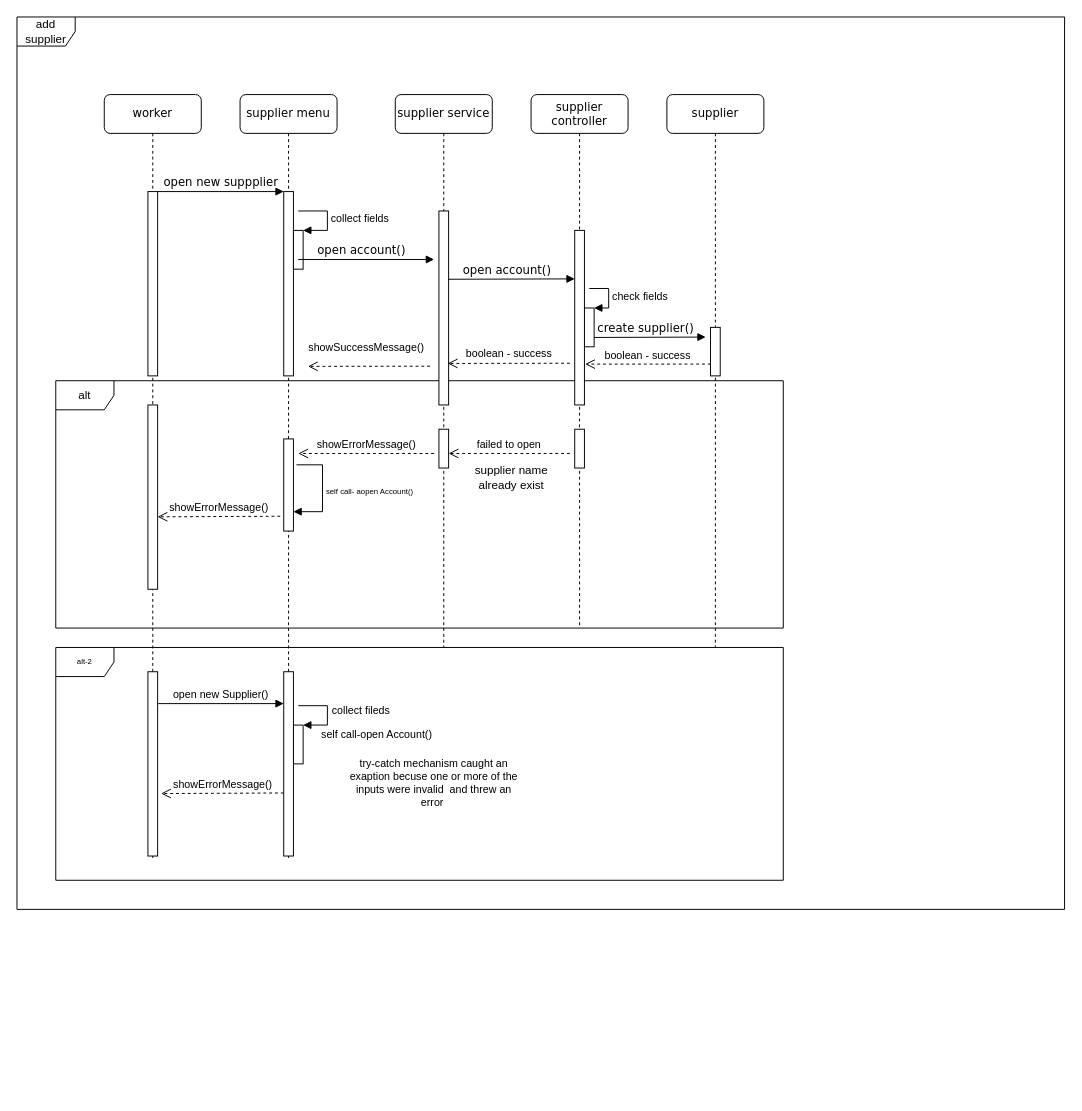
Before: docs/use case diagram/sequence diagram scenario d.drawio in Naveavra/Market, a draw.io diagram. Source tidied: cells renumbered, new cells numbered last; positions are measured from the earlier drawing's top-left corner, leaving out a move shared by most shapes. Both pictures are drawn from the tidied source at 97%, with x=0, y=0 at pixel (16, 16).
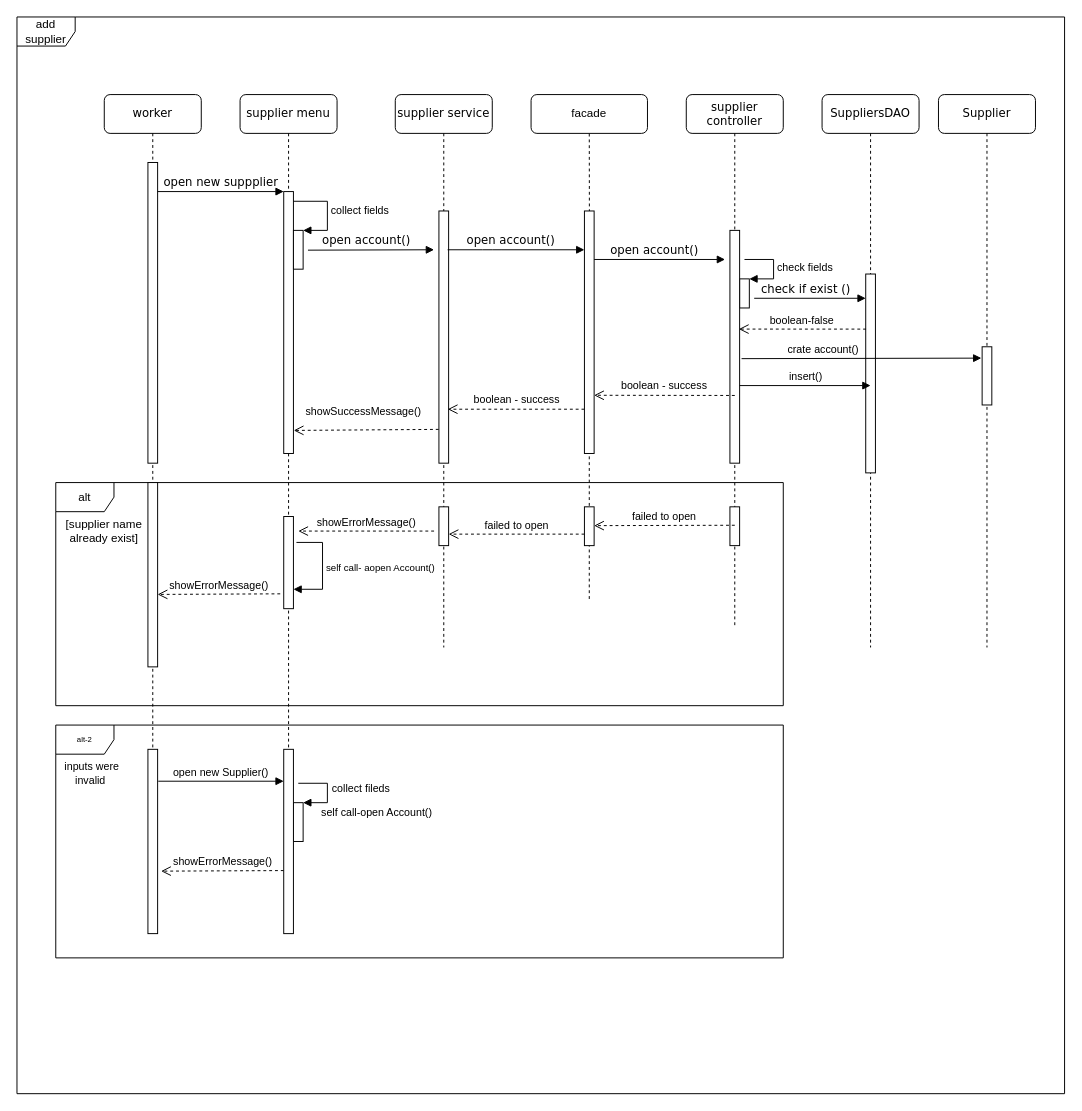
Above is the later version.

Unchanged cells that the change refers to:
```xml
<mxCell id="8" value="supplier menu" style="shape=umlLifeline;perimeter=lifelinePerimeter;whiteSpace=wrap;html=1;rounded=1;shadow=0;comic=0;labelBackgroundColor=none;strokeWidth=1;fontFamily=Verdana;fontSize=12;align=center;" parent="1" vertex="1">
  <mxGeometry x="230" y="80" width="100" height="790" as="geometry" />
</mxCell>
<mxCell id="10" style="html=1;points=[];perimeter=orthogonalPerimeter;" parent="8" vertex="1">
  <mxGeometry x="55" y="140" width="10" height="40" as="geometry" />
</mxCell>
<mxCell id="17" value="supplier service" style="shape=umlLifeline;perimeter=lifelinePerimeter;whiteSpace=wrap;html=1;rounded=1;shadow=0;comic=0;labelBackgroundColor=none;strokeWidth=1;fontFamily=Verdana;fontSize=12;align=center;" parent="1" vertex="1">
  <mxGeometry x="390" y="80" width="100" height="570" as="geometry" />
</mxCell>
<mxCell id="24" value="worker" style="shape=umlLifeline;perimeter=lifelinePerimeter;whiteSpace=wrap;html=1;rounded=1;shadow=0;comic=0;labelBackgroundColor=none;strokeWidth=1;fontFamily=Verdana;fontSize=12;align=center;" parent="1" vertex="1">
  <mxGeometry x="90" y="80" width="100" height="790" as="geometry" />
</mxCell>
```

Change to the diagram source:
```diff
@@
-    <mxCell id="2" value="alt-2" style="shape=umlFrame;whiteSpace=wrap;html=1;fontSize=8;" parent="1" vertex="1">
-      <mxGeometry x="40" y="650" width="750" height="240" as="geometry" />
-    </mxCell>
     <mxCell id="3" value="add supplier" style="shape=umlFrame;whiteSpace=wrap;html=1;" parent="1" vertex="1">
-      <mxGeometry width="1080" height="920" as="geometry" />
+      <mxGeometry width="1080" height="1110" as="geometry" />
     </mxCell>
     <mxCell id="4" value="alt" style="shape=umlFrame;whiteSpace=wrap;html=1;" parent="1" vertex="1">
-      <mxGeometry x="40" y="375" width="750" height="255" as="geometry" />
+      <mxGeometry x="40" y="480" width="750" height="230" as="geometry" />
     </mxCell>
+    <mxCell id="34" value="[supplier name already exist]" style="text;html=1;strokeColor=none;fillColor=none;align=center;verticalAlign=middle;whiteSpace=wrap;rounded=0;" parent="1" vertex="1">
+      <mxGeometry x="30" y="515" width="120" height="30" as="geometry" />
+    </mxCell>
+    <mxCell id="2" value="alt-2" style="shape=umlFrame;whiteSpace=wrap;html=1;fontSize=8;" parent="1" vertex="1">
+      <mxGeometry x="40" y="730" width="750" height="240" as="geometry" />
+    </mxCell>
     <mxCell id="5" value="supplier controller" style="shape=umlLifeline;perimeter=lifelinePerimeter;whiteSpace=wrap;html=1;rounded=1;shadow=0;comic=0;labelBackgroundColor=none;strokeWidth=1;fontFamily=Verdana;fontSize=12;align=center;" parent="1" vertex="1">
-      <mxGeometry x="530" y="80" width="100" height="550" as="geometry" />
+      <mxGeometry x="690" y="80" width="100" height="550" as="geometry" />
     </mxCell>
-    <mxCell id="6" style="html=1;points=[];perimeter=orthogonalPerimeter;" parent="5" vertex="1">
-      <mxGeometry x="55" y="220" width="10" height="40" as="geometry" />
-    </mxCell>
+    <mxCell id="43" style="html=1;points=[];perimeter=orthogonalPerimeter;" parent="5" vertex="1">
+      <mxGeometry x="55" y="190" width="10" height="30" as="geometry" />
+    </mxCell>
+    <mxCell id="32" value="check fields" style="edgeStyle=orthogonalEdgeStyle;html=1;align=left;spacingLeft=2;endArrow=block;rounded=0;entryX=1;entryY=0;" parent="5" edge="1" target="43">
+      <mxGeometry relative="1" as="geometry">
+        <mxPoint x="60" y="170" as="sourcePoint" />
+        <Array as="points">
+          <mxPoint x="90" y="170" />
+        </Array>
+      </mxGeometry>
+    </mxCell>
     <mxCell id="7" style="html=1;points=[];perimeter=orthogonalPerimeter;rounded=0;shadow=0;comic=0;labelBackgroundColor=none;strokeWidth=1;fontFamily=Verdana;fontSize=12;align=center;" parent="1" vertex="1">
-      <mxGeometry x="575" y="220" width="10" height="180" as="geometry" />
+      <mxGeometry x="735" y="220" width="10" height="240" as="geometry" />
     </mxCell>
@@
     <mxCell id="9" style="html=1;points=[];perimeter=orthogonalPerimeter;rounded=0;shadow=0;comic=0;labelBackgroundColor=none;strokeWidth=1;fontFamily=Verdana;fontSize=12;align=center;" parent="8" vertex="1">
-      <mxGeometry x="45" y="100" width="10" height="190" as="geometry" />
+      <mxGeometry x="45" y="100" width="10" height="270" as="geometry" />
     </mxCell>
@@
-    <mxCell id="11" value="collect fields" style="edgeStyle=orthogonalEdgeStyle;html=1;align=left;spacingLeft=2;endArrow=block;rounded=0;entryX=1;entryY=0;" parent="8" edge="1" target="10">
+    <mxCell id="11" value="collect fields" style="edgeStyle=orthogonalEdgeStyle;html=1;align=left;spacingLeft=2;endArrow=block;rounded=0;entryX=1;entryY=0;" parent="8" edge="1" source="9" target="10">
       <mxGeometry relative="1" as="geometry">
-        <mxPoint x="60" y="120" as="sourcePoint" />
         <Array as="points">
-          <mxPoint x="90" y="120" />
+          <mxPoint x="90" y="110" />
+          <mxPoint x="90" y="140" />
         </Array>
       </mxGeometry>
     </mxCell>
     <mxCell id="12" style="html=1;points=[];perimeter=orthogonalPerimeter;rounded=0;shadow=0;comic=0;labelBackgroundColor=none;strokeWidth=1;fontFamily=Verdana;fontSize=12;align=center;" parent="8" vertex="1">
-      <mxGeometry x="45" y="355" width="10" height="95" as="geometry" />
+      <mxGeometry x="45" y="435" width="10" height="95" as="geometry" />
     </mxCell>
-    <mxCell id="13" value="&lt;font style=&quot;font-size: 8px&quot;&gt;self call- aopen Account()&lt;/font&gt;" style="edgeStyle=orthogonalEdgeStyle;html=1;align=left;spacingLeft=2;endArrow=block;rounded=0;exitX=1.311;exitY=0.281;exitDx=0;exitDy=0;exitPerimeter=0;" parent="8" edge="1" source="12" target="12">
+    <mxCell id="13" value="&lt;font style=&quot;font-size: 10px;&quot;&gt;self call- aopen Account()&lt;/font&gt;" style="edgeStyle=orthogonalEdgeStyle;html=1;align=left;spacingLeft=2;endArrow=block;rounded=0;exitX=1.311;exitY=0.281;exitDx=0;exitDy=0;exitPerimeter=0;" parent="8" edge="1" source="12" target="12">
       <mxGeometry relative="1" as="geometry">
         <Array as="points">
-          <mxPoint x="85" y="382" />
-          <mxPoint x="85" y="430" />
+          <mxPoint x="85" y="462" />
+          <mxPoint x="85" y="510" />
         </Array>
       </mxGeometry>
     </mxCell>
     <mxCell id="14" style="html=1;points=[];perimeter=orthogonalPerimeter;fontSize=11;" parent="8" vertex="1">
-      <mxGeometry x="55" y="650" width="10" height="40" as="geometry" />
+      <mxGeometry x="55" y="730" width="10" height="40" as="geometry" />
     </mxCell>
     <mxCell id="15" value="self call-open Account()" style="edgeStyle=orthogonalEdgeStyle;html=1;align=left;spacingLeft=2;endArrow=block;rounded=0;entryX=1;entryY=0;fontSize=11;" parent="8" edge="1" target="14">
       <mxGeometry x="0.6" y="10" relative="1" as="geometry">
-        <mxPoint x="60" y="630" as="sourcePoint" />
+        <mxPoint x="60" y="710" as="sourcePoint" />
         <Array as="points">
-          <mxPoint x="90" y="630" />
+          <mxPoint x="90" y="710" />
         </Array>
       </mxGeometry>
     </mxCell>
     <mxCell id="16" value="showErrorMessage()" style="html=1;verticalAlign=bottom;endArrow=open;dashed=1;endSize=8;rounded=0;fontSize=11;entryX=1.356;entryY=0.661;entryDx=0;entryDy=0;entryPerimeter=0;" parent="8" edge="1" target="38">
       <mxGeometry relative="1" as="geometry">
-        <mxPoint x="45" y="720" as="sourcePoint" />
+        <mxPoint x="45" y="800" as="sourcePoint" />
       </mxGeometry>
     </mxCell>
@@
     <mxCell id="18" style="html=1;points=[];perimeter=orthogonalPerimeter;rounded=0;shadow=0;comic=0;labelBackgroundColor=none;strokeWidth=1;fontFamily=Verdana;fontSize=12;align=center;" parent="17" vertex="1">
-      <mxGeometry x="45" y="120" width="10" height="200" as="geometry" />
+      <mxGeometry x="45" y="120" width="10" height="260" as="geometry" />
     </mxCell>
     <mxCell id="19" style="html=1;points=[];perimeter=orthogonalPerimeter;rounded=0;shadow=0;comic=0;labelBackgroundColor=none;strokeWidth=1;fontFamily=Verdana;fontSize=12;align=center;" parent="17" vertex="1">
-      <mxGeometry x="45" y="345" width="10" height="40" as="geometry" />
+      <mxGeometry x="45" y="425" width="10" height="40" as="geometry" />
     </mxCell>
     <mxCell id="20" value="showErrorMessage()" style="html=1;verticalAlign=bottom;endArrow=open;dashed=1;endSize=8;rounded=0;" parent="17" edge="1">
       <mxGeometry relative="1" as="geometry">
-        <mxPoint x="40" y="370" as="sourcePoint" />
-        <mxPoint x="-100" y="370" as="targetPoint" />
+        <mxPoint x="40" y="450" as="sourcePoint" />
+        <mxPoint x="-100" y="450" as="targetPoint" />
       </mxGeometry>
     </mxCell>
-    <mxCell id="21" value="supplier" style="shape=umlLifeline;perimeter=lifelinePerimeter;whiteSpace=wrap;html=1;rounded=1;shadow=0;comic=0;labelBackgroundColor=none;strokeWidth=1;fontFamily=Verdana;fontSize=12;align=center;" parent="1" vertex="1">
-      <mxGeometry x="670" y="80" width="100" height="570" as="geometry" />
+    <mxCell id="21" value="SuppliersDAO" style="shape=umlLifeline;perimeter=lifelinePerimeter;whiteSpace=wrap;html=1;rounded=1;shadow=0;comic=0;labelBackgroundColor=none;strokeWidth=1;fontFamily=Verdana;fontSize=12;align=center;" parent="1" vertex="1">
+      <mxGeometry x="830" y="80" width="100" height="570" as="geometry" />
     </mxCell>
     <mxCell id="22" style="html=1;points=[];perimeter=orthogonalPerimeter;rounded=0;shadow=0;comic=0;labelBackgroundColor=none;strokeWidth=1;fontFamily=Verdana;fontSize=12;align=center;" parent="21" vertex="1">
-      <mxGeometry x="45" y="240" width="10" height="50" as="geometry" />
+      <mxGeometry x="45" y="185" width="10" height="205" as="geometry" />
     </mxCell>
-    <mxCell id="23" value="create supplier()" style="html=1;verticalAlign=bottom;endArrow=block;labelBackgroundColor=none;fontFamily=Verdana;fontSize=12;edgeStyle=elbowEdgeStyle;elbow=vertical;" parent="21" edge="1">
-      <mxGeometry x="-0.08" relative="1" as="geometry">
-        <mxPoint x="-75" y="250.4" as="sourcePoint" />
-        <mxPoint x="40" y="250" as="targetPoint" />
-      </mxGeometry>
-    </mxCell>
@@
     <mxCell id="25" style="html=1;points=[];perimeter=orthogonalPerimeter;rounded=0;shadow=0;comic=0;labelBackgroundColor=none;strokeWidth=1;fontFamily=Verdana;fontSize=12;align=center;" parent="24" vertex="1">
-      <mxGeometry x="45" y="100" width="10" height="190" as="geometry" />
+      <mxGeometry x="45" y="70" width="10" height="310" as="geometry" />
     </mxCell>
     <mxCell id="26" style="html=1;perimeter=orthogonalPerimeter;rounded=0;shadow=0;comic=0;labelBackgroundColor=none;strokeWidth=1;fontFamily=Verdana;fontSize=12;align=center;" parent="24" vertex="1">
-      <mxGeometry x="45" y="320" width="10" height="190" as="geometry" />
+      <mxGeometry x="45" y="400" width="10" height="190" as="geometry" />
     </mxCell>
     <mxCell id="27" value="showErrorMessage()" style="html=1;verticalAlign=bottom;endArrow=open;dashed=1;endSize=8;rounded=0;fontSize=11;entryX=1.356;entryY=0.661;entryDx=0;entryDy=0;entryPerimeter=0;" parent="24" edge="1">
       <mxGeometry relative="1" as="geometry">
-        <mxPoint x="181.4" y="434.7" as="sourcePoint" />
-        <mxPoint x="55" y="435.3" as="targetPoint" />
+        <mxPoint x="181.4" y="514.7" as="sourcePoint" />
+        <mxPoint x="55" y="515.3" as="targetPoint" />
       </mxGeometry>
     </mxCell>
+    <mxCell id="41" value="inputs were invalid&amp;nbsp;" style="text;html=1;strokeColor=none;fillColor=none;align=center;verticalAlign=middle;whiteSpace=wrap;rounded=0;fontSize=11;" parent="24" vertex="1">
+      <mxGeometry x="-55" y="690" width="85" height="20" as="geometry" />
+    </mxCell>
@@
     <mxCell id="29" style="html=1;perimeter=orthogonalPerimeter;rounded=0;shadow=0;comic=0;labelBackgroundColor=none;strokeWidth=1;fontFamily=Verdana;fontSize=12;align=center;" parent="1" vertex="1">
-      <mxGeometry x="575" y="425" width="10" height="40" as="geometry" />
+      <mxGeometry x="735" y="505" width="10" height="40" as="geometry" />
     </mxCell>
     <mxCell id="30" value="open account()" style="html=1;verticalAlign=bottom;endArrow=block;entryX=0;entryY=0;labelBackgroundColor=none;fontFamily=Verdana;fontSize=12;edgeStyle=elbowEdgeStyle;elbow=vertical;" parent="1" edge="1">
       <mxGeometry x="-0.08" relative="1" as="geometry">
-        <mxPoint x="290" y="250" as="sourcePoint" />
-        <mxPoint x="430" y="249.6" as="targetPoint" />
+        <mxPoint x="300" y="240.4" as="sourcePoint" />
+        <mxPoint x="430" y="240" as="targetPoint" />
       </mxGeometry>
     </mxCell>
-    <mxCell id="31" value="open account()" style="html=1;verticalAlign=bottom;endArrow=block;entryX=0;entryY=0;labelBackgroundColor=none;fontFamily=Verdana;fontSize=12;edgeStyle=elbowEdgeStyle;elbow=vertical;" parent="1" edge="1">
+    <mxCell id="31" value="open account()" style="html=1;verticalAlign=bottom;endArrow=block;labelBackgroundColor=none;fontFamily=Verdana;fontSize=12;edgeStyle=elbowEdgeStyle;elbow=vertical;" parent="1" edge="1" target="46">
       <mxGeometry x="-0.08" relative="1" as="geometry">
-        <mxPoint x="445" y="270.4" as="sourcePoint" />
-        <mxPoint x="575" y="270.1" as="targetPoint" />
+        <mxPoint x="444" y="240" as="sourcePoint" />
+        <Array as="points">
+          <mxPoint x="490" y="240" />
+          <mxPoint x="520" y="256" />
+        </Array>
       </mxGeometry>
     </mxCell>
-    <mxCell id="32" value="check fields" style="edgeStyle=orthogonalEdgeStyle;html=1;align=left;spacingLeft=2;endArrow=block;rounded=0;entryX=1;entryY=0;exitX=1.5;exitY=0.333;exitDx=0;exitDy=0;exitPerimeter=0;" parent="1" edge="1" source="7" target="6">
-      <mxGeometry relative="1" as="geometry">
-        <Array as="points">
-          <mxPoint x="610" y="280" />
-          <mxPoint x="610" y="300" />
-        </Array>
-      </mxGeometry>
-    </mxCell>
-    <mxCell id="33" value="failed to open" style="html=1;verticalAlign=bottom;endArrow=open;dashed=1;endSize=8;rounded=0;" parent="1" edge="1" target="19">
-      <mxGeometry relative="1" as="geometry">
-        <mxPoint x="570" y="450" as="sourcePoint" />
-      </mxGeometry>
+    <mxCell id="33" value="failed to open" style="html=1;verticalAlign=bottom;endArrow=open;dashed=1;endSize=8;rounded=0;exitX=0.008;exitY=0.704;exitDx=0;exitDy=0;exitPerimeter=0;" parent="1" edge="1" source="49" target="19">
+      <mxGeometry relative="1" as="geometry" />
     </mxCell>
-    <mxCell id="34" value="supplier name already exist" style="text;html=1;strokeColor=none;fillColor=none;align=center;verticalAlign=middle;whiteSpace=wrap;rounded=0;" parent="1" vertex="1">
-      <mxGeometry x="450" y="460" width="120" height="30" as="geometry" />
-    </mxCell>
-    <mxCell id="35" value="boolean - success" style="html=1;verticalAlign=bottom;endArrow=open;dashed=1;endSize=8;rounded=0;entryX=0.911;entryY=0.786;entryDx=0;entryDy=0;entryPerimeter=0;" parent="1" edge="1" target="18">
-      <mxGeometry y="-1" relative="1" as="geometry">
-        <mxPoint x="570" y="357" as="sourcePoint" />
-      </mxGeometry>
+    <mxCell id="35" value="boolean - success" style="html=1;verticalAlign=bottom;endArrow=open;dashed=1;endSize=8;rounded=0;entryX=0.911;entryY=0.786;entryDx=0;entryDy=0;entryPerimeter=0;" parent="1" edge="1" source="46" target="18">
+      <mxGeometry y="-1" relative="1" as="geometry" />
     </mxCell>
-    <mxCell id="36" value="boolean - success" style="html=1;verticalAlign=bottom;endArrow=open;dashed=1;endSize=8;rounded=0;exitX=0.022;exitY=0.757;exitDx=0;exitDy=0;exitPerimeter=0;entryX=1.078;entryY=0.766;entryDx=0;entryDy=0;entryPerimeter=0;" parent="1" edge="1" source="22" target="7">
-      <mxGeometry relative="1" as="geometry" />
-    </mxCell>
-    <mxCell id="37" value="showSuccessMessage()" style="html=1;verticalAlign=bottom;endArrow=open;dashed=1;endSize=8;rounded=0;entryX=0.911;entryY=0.786;entryDx=0;entryDy=0;entryPerimeter=0;" parent="1" edge="1">
-      <mxGeometry x="0.05" y="-10" relative="1" as="geometry">
-        <mxPoint x="425.9" y="360" as="sourcePoint" />
-        <mxPoint x="300" y="360.2" as="targetPoint" />
-      </mxGeometry>
+    <mxCell id="37" value="showSuccessMessage()" style="html=1;verticalAlign=bottom;endArrow=open;dashed=1;endSize=8;rounded=0;entryX=1.033;entryY=0.912;entryDx=0;entryDy=0;entryPerimeter=0;exitX=-0.022;exitY=0.866;exitDx=0;exitDy=0;exitPerimeter=0;" parent="1" edge="1" source="18" target="9">
+      <mxGeometry x="0.05" y="-10" relative="1" as="geometry" />
     </mxCell>
     <mxCell id="38" style="html=1;points=[];perimeter=orthogonalPerimeter;rounded=0;shadow=0;comic=0;labelBackgroundColor=none;strokeWidth=1;fontFamily=Verdana;fontSize=12;align=center;" parent="1" vertex="1">
-      <mxGeometry x="135" y="675" width="10" height="190" as="geometry" />
+      <mxGeometry x="135" y="755" width="10" height="190" as="geometry" />
     </mxCell>
     <mxCell id="39" style="html=1;points=[];perimeter=orthogonalPerimeter;rounded=0;shadow=0;comic=0;labelBackgroundColor=none;strokeWidth=1;fontFamily=Verdana;fontSize=12;align=center;" parent="1" vertex="1">
-      <mxGeometry x="275" y="675" width="10" height="190" as="geometry" />
+      <mxGeometry x="275" y="755" width="10" height="190" as="geometry" />
     </mxCell>
@@
-    <mxCell id="41" value="try-catch mechanism caught an exaption becuse one or more of the inputs were invalid&amp;nbsp; and threw an error&amp;nbsp;" style="text;html=1;strokeColor=none;fillColor=none;align=center;verticalAlign=middle;whiteSpace=wrap;rounded=0;fontSize=11;" parent="1" vertex="1">
-      <mxGeometry x="340" y="750" width="180" height="80" as="geometry" />
-    </mxCell>
     <mxCell id="42" value="collect fileds" style="text;html=1;strokeColor=none;fillColor=none;align=center;verticalAlign=middle;whiteSpace=wrap;rounded=0;fontSize=11;" parent="1" vertex="1">
-      <mxGeometry x="310" y="700" width="90" height="30" as="geometry" />
+      <mxGeometry x="310" y="780" width="90" height="30" as="geometry" />
     </mxCell>
+    <mxCell id="44" value="facade" style="rounded=1;whiteSpace=wrap;html=1;" parent="1" vertex="1">
+      <mxGeometry x="530" y="80" width="120" height="40" as="geometry" />
+    </mxCell>
+    <mxCell id="45" style="endArrow=none;dashed=1;html=1;rounded=0;entryX=0.5;entryY=1;entryDx=0;entryDy=0;exitX=0.546;exitY=0.989;exitDx=0;exitDy=0;exitPerimeter=0;startArrow=none;" parent="1" edge="1" source="46" target="44">
+      <mxGeometry relative="1" as="geometry" />
+    </mxCell>
+    <mxCell id="46" style="html=1;points=[];perimeter=orthogonalPerimeter;rounded=0;shadow=0;comic=0;labelBackgroundColor=none;strokeWidth=1;fontFamily=Verdana;fontSize=12;align=center;" parent="1" vertex="1">
+      <mxGeometry x="585" y="200" width="10" height="250" as="geometry" />
+    </mxCell>
+    <mxCell id="47" style="endArrow=none;dashed=1;html=1;rounded=0;entryX=0.5;entryY=1;entryDx=0;entryDy=0;" parent="1" edge="1" target="46">
+      <mxGeometry relative="1" as="geometry">
+        <mxPoint x="590" y="600" as="sourcePoint" />
+      </mxGeometry>
+    </mxCell>
+    <mxCell id="48" value="open account()" style="html=1;verticalAlign=bottom;endArrow=block;labelBackgroundColor=none;fontFamily=Verdana;fontSize=12;edgeStyle=elbowEdgeStyle;elbow=vertical;" parent="1" edge="1" source="46">
+      <mxGeometry x="-0.08" relative="1" as="geometry">
+        <mxPoint x="730" y="250" as="targetPoint" />
+        <Array as="points">
+          <mxPoint x="595" y="250" />
+        </Array>
+      </mxGeometry>
+    </mxCell>
+    <mxCell id="49" style="html=1;points=[];perimeter=orthogonalPerimeter;rounded=0;shadow=0;comic=0;labelBackgroundColor=none;strokeWidth=1;fontFamily=Verdana;fontSize=12;align=center;" parent="1" vertex="1">
+      <mxGeometry x="585" y="505" width="10" height="40" as="geometry" />
+    </mxCell>
+    <mxCell id="50" value="failed to open" style="html=1;verticalAlign=bottom;endArrow=open;dashed=1;endSize=8;rounded=0;" parent="1" edge="1">
+      <mxGeometry relative="1" as="geometry">
+        <mxPoint x="740" y="524" as="sourcePoint" />
+        <mxPoint x="595" y="524.4" as="targetPoint" />
+      </mxGeometry>
+    </mxCell>
+    <mxCell id="51" value="Supplier" style="shape=umlLifeline;perimeter=lifelinePerimeter;whiteSpace=wrap;html=1;rounded=1;shadow=0;comic=0;labelBackgroundColor=none;strokeWidth=1;fontFamily=Verdana;fontSize=12;align=center;" parent="1" vertex="1">
+      <mxGeometry x="950" y="80" width="100" height="570" as="geometry" />
+    </mxCell>
+    <mxCell id="52" style="html=1;points=[];perimeter=orthogonalPerimeter;rounded=0;shadow=0;comic=0;labelBackgroundColor=none;strokeWidth=1;fontFamily=Verdana;fontSize=12;align=center;" parent="51" vertex="1">
+      <mxGeometry x="45" y="260" width="10" height="60" as="geometry" />
+    </mxCell>
+    <mxCell id="23" value="check if exist ()" style="html=1;verticalAlign=bottom;endArrow=block;labelBackgroundColor=none;fontFamily=Verdana;fontSize=12;edgeStyle=elbowEdgeStyle;elbow=vertical;" parent="1" edge="1">
+      <mxGeometry x="-0.08" relative="1" as="geometry">
+        <mxPoint x="760" y="290" as="sourcePoint" />
+        <mxPoint x="875" y="289.6" as="targetPoint" />
+      </mxGeometry>
+    </mxCell>
+    <mxCell id="36" value="boolean - success" style="html=1;verticalAlign=bottom;endArrow=open;dashed=1;endSize=8;rounded=0;entryX=0.911;entryY=0.786;entryDx=0;entryDy=0;entryPerimeter=0;" parent="1" edge="1">
+      <mxGeometry y="-1" relative="1" as="geometry">
+        <mxPoint x="740" y="390.2" as="sourcePoint" />
+        <mxPoint x="595" y="390" as="targetPoint" />
+      </mxGeometry>
+    </mxCell>
+    <mxCell id="53" value="boolean-false" style="html=1;verticalAlign=bottom;endArrow=open;dashed=1;endSize=8;rounded=0;exitX=0.033;exitY=0.277;exitDx=0;exitDy=0;exitPerimeter=0;entryX=0.922;entryY=0.424;entryDx=0;entryDy=0;entryPerimeter=0;" parent="1" edge="1" source="22" target="7">
+      <mxGeometry relative="1" as="geometry" />
+    </mxCell>
+    <mxCell id="54" value="crate account()" style="html=1;verticalAlign=bottom;endArrow=block;rounded=0;entryX=-0.078;entryY=0.195;entryDx=0;entryDy=0;entryPerimeter=0;exitX=1.2;exitY=0.551;exitDx=0;exitDy=0;exitPerimeter=0;" parent="1" edge="1" source="7" target="52">
+      <mxGeometry x="-0.32" relative="1" as="geometry" />
+    </mxCell>
+    <mxCell id="55" value="insert()" style="html=1;verticalAlign=bottom;endArrow=block;rounded=0;entryX=0.5;entryY=0.561;entryDx=0;entryDy=0;entryPerimeter=0;" parent="1" edge="1" target="22">
+      <mxGeometry relative="1" as="geometry">
+        <mxPoint x="745" y="380" as="sourcePoint" />
+      </mxGeometry>
+    </mxCell>
```
